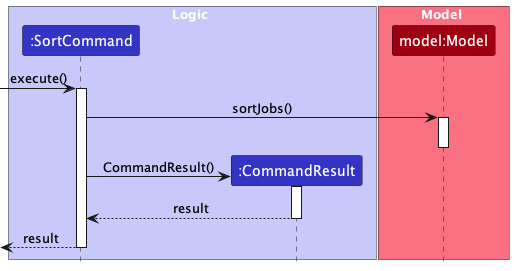
nus-cs2103-AY2324S1/tp keeps this PlantUML diagram as docs/images/developer-guide/SortCommandSequenceDiagram.png. Above is the earlier version. The source it was exported from:
```plantuml
@startuml
!include ../style.puml
skinparam ArrowFontStyle plain

box Logic LOGIC_COLOR_T1
Participant ":SortCommand" as sc LOGIC_COLOR
Participant ":CommandResult" as cr LOGIC_COLOR
end box
box Model MODEL_COLOR_T1
Participant "model:Model" as m MODEL_COLOR
end box

[-> sc ++: execute()
sc -> m ++: sortJobs()
deactivate m
create cr
sc -> cr ++: CommandResult()
cr --> sc --: result
sc -->[ --: result
@enduml
```
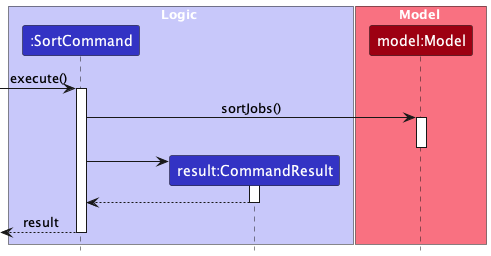
The same file after the commit.

The edit, as a diff of the source:
```diff
@@ -4,7 +4,7 @@
 
 box Logic LOGIC_COLOR_T1
 Participant ":SortCommand" as sc LOGIC_COLOR
-Participant ":CommandResult" as cr LOGIC_COLOR
+Participant "result:CommandResult" as cr LOGIC_COLOR
 end box
 box Model MODEL_COLOR_T1
 Participant "model:Model" as m MODEL_COLOR
@@ -14,7 +14,7 @@
 sc -> m ++: sortJobs()
 deactivate m
 create cr
-sc -> cr ++: CommandResult()
-cr --> sc --: result
+sc -> cr ++
+cr --> sc --
 sc -->[ --: result
 @enduml
```
